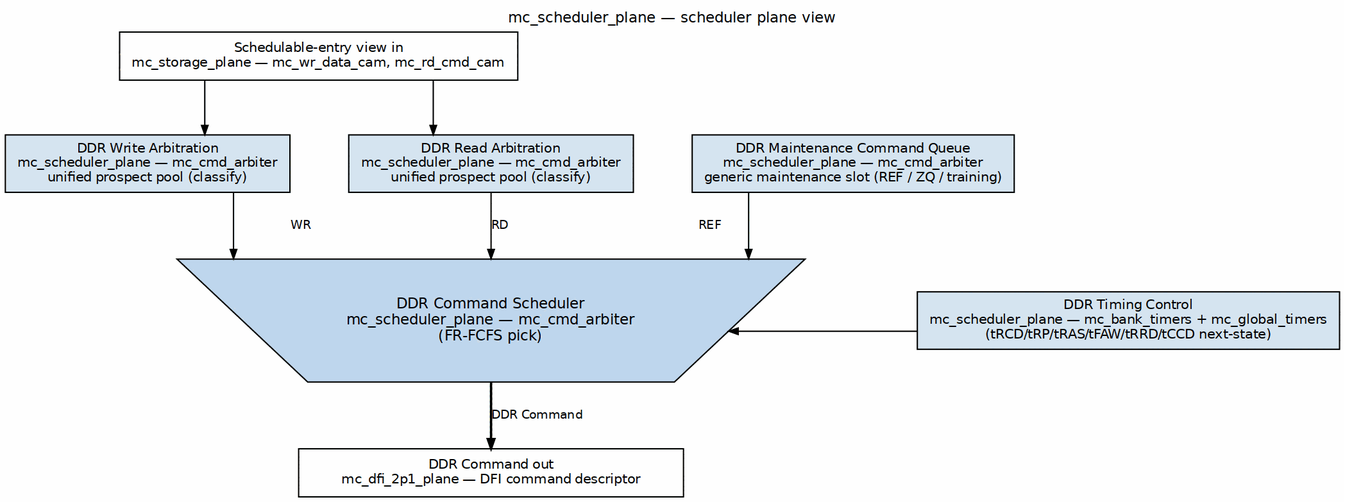
Earlier version of the Graphviz export projects/components/mem-ctrl-ip/common-ip/docs/common_mas/assets/graphviz/03_mc_scheduler_plane.png (sean-galloway/RTLDesignSherpa). Its source is kept beside it as projects/components/mem-ctrl-ip/common-ip/docs/common_mas/assets/graphviz/03_mc_scheduler_plane.dot.
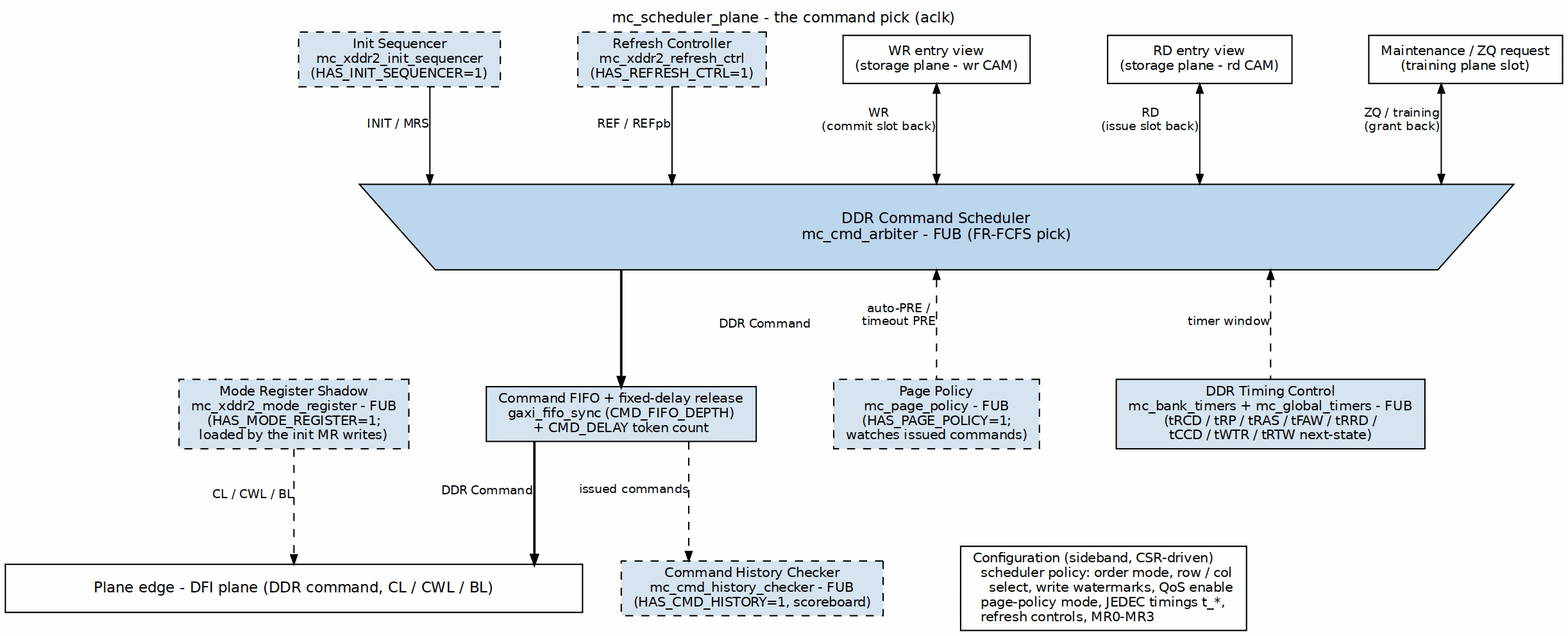
After the change.

Change to the diagram source:
```diff
@@ -1,38 +1,51 @@
 digraph mc_scheduler_plane {
     graph [rankdir=TB, bgcolor="white", fontname="Helvetica", fontsize=11,
-           nodesep="0.30", ranksep="0.55", splines=ortho,
-           label="mc_scheduler_plane — scheduler plane view",
+           nodesep="0.40", ranksep="1.0", splines=ortho,
+           label="mc_scheduler_plane - the command pick (aclk)",
            labelloc=t, labeljust=c];
     node  [fontname="Helvetica", fontsize=10, shape=box, style=filled,
-           fillcolor="#D6E4F0", color="black", margin="0.12,0.07"];
+           fillcolor="#D6E4F0", color="black", margin="0.12,0.06"];
     edge  [fontname="Helvetica", fontsize=9, color="black", arrowsize=0.7];
 
-    sch_in [label="Schedulable-entry view in\nmc_storage_plane — mc_wr_data_cam, mc_rd_cmd_cam",
-            fillcolor="white"];
+    p_wr    [label="WR entry view\n(storage plane - wr CAM)", fillcolor="white"];
+    p_rd    [label="RD entry view\n(storage plane - rd CAM)", fillcolor="white"];
+    p_maint [label="Maintenance / ZQ request\n(training plane slot)", fillcolor="white"];
+    cfg     [label="Configuration (sideband, CSR-driven)\l  scheduler policy: order mode, row / col\l    select, write watermarks, QoS enable\l  page-policy mode, JEDEC timings t_*,\l  refresh controls, MR0-MR3\l",
+             fillcolor="white"];
 
-    wr_arb [label="DDR Write Arbitration\nmc_scheduler_plane — mc_cmd_arbiter\nunified prospect pool (classify)"];
-    rd_arb [label="DDR Read Arbitration\nmc_scheduler_plane — mc_cmd_arbiter\nunified prospect pool (classify)"];
-    maint  [label="DDR Maintenance Command Queue\nmc_scheduler_plane — mc_cmd_arbiter\ngeneric maintenance slot (REF / ZQ / training)"];
-    sched  [label="DDR Command Scheduler\nmc_scheduler_plane — mc_cmd_arbiter\n(FR-FCFS pick)",
-            shape=invtrapezium, width=4.6, fillcolor="#BFD7EE", fontsize=11];
-    tctl   [label="DDR Timing Control\nmc_scheduler_plane — mc_bank_timers + mc_global_timers\n(tRCD/tRP/tRAS/tFAW/tRRD/tCCD next-state)"];
+    init [label="Init Sequencer\nmc_xddr2_init_sequencer\n(HAS_INIT_SEQUENCER=1)", style="filled,dashed"];
+    refc [label="Refresh Controller\nmc_xddr2_refresh_ctrl\n(HAS_REFRESH_CTRL=1)", style="filled,dashed"];
+    timers [label="DDR Timing Control\nmc_bank_timers + mc_global_timers - FUB\n(tRCD / tRP / tRAS / tFAW / tRRD /\ntCCD / tWTR / tRTW next-state)"];
 
-    cmd_out [label="DDR Command out\nmc_dfi_2p1_plane — DFI command descriptor",
-             fillcolor="white", width=4.0];
+    sched [label="DDR Command Scheduler\nmc_cmd_arbiter - FUB (FR-FCFS pick)",
+           shape=polygon, sides=4, distortion=0.10, width=12, height=0.6, fillcolor="#BDD7EE", fontsize=11];
 
-    sch_in -> wr_arb;
-    sch_in -> rd_arb;
-    wr_arb -> sched [label="WR"];
-    rd_arb -> sched [label="RD"];
-    maint  -> sched [label="REF"];
-    tctl   -> sched [label="timer window"];
-    sched  -> cmd_out [label="DDR Command", penwidth=1.8];
+    mreg [label="Mode Register Shadow\nmc_xddr2_mode_register - FUB\n(HAS_MODE_REGISTER=1;\nloaded by the init MR writes)", style="filled,dashed"];
+    fifo [label="Command FIFO + fixed-delay release\ngaxi_fifo_sync (CMD_FIFO_DEPTH)\n+ CMD_DELAY token count"];
+    pp   [label="Page Policy\nmc_page_policy - FUB\n(HAS_PAGE_POLICY=1;\nwatches issued commands)", style="filled,dashed"];
+    hist [label="Command History Checker\nmc_cmd_history_checker - FUB\n(HAS_CMD_HISTORY=1, scoreboard)", style="filled,dashed"];
 
-    { rank=same; sch_in; }
-    { rank=same; wr_arb; rd_arb; maint; }
-    wr_arb -> rd_arb [style=invis];
-    rd_arb -> maint  [style=invis];
-    { rank=same; sched; tctl; }
-    sched -> tctl [style=invis];
-    { rank=same; cmd_out; }
+    bar [label="Plane edge - DFI plane (DDR command, CL / CWL / BL)",
+         fillcolor="white", width=6, height=0.5, fontsize=11];
+
+    p_wr    -> sched [dir=both, xlabel="WR\n(commit slot back)"];
+    p_rd    -> sched [dir=both, xlabel="RD\n(issue slot back)"];
+    init    -> sched [xlabel="INIT / MRS"];
+    refc    -> sched [xlabel="REF / REFpb"];
+    p_maint -> sched [dir=both, xlabel="ZQ / training\n(grant back)"];
+    sched -> timers [dir=back, style=dashed, xlabel="timer window"];
+
+    sched -> fifo [penwidth=1.8, label="DDR Command"];
+    fifo  -> bar  [penwidth=1.8, xlabel="DDR Command"];
+    sched -> pp   [dir=back, style=dashed, xlabel="auto-PRE /\ntimeout PRE"];
+    fifo  -> hist [style=dashed, xlabel="issued commands"];
+
+    mreg -> bar  [style=dashed, xlabel="CL / CWL / BL"];
+
+    { rank=same; init; refc; p_wr; p_rd; p_maint; }
+    { rank=same; mreg; fifo; pp; timers; }
+    { rank=same; hist; cfg; }
+    init -> refc -> p_wr -> p_rd -> p_maint [style=invis];
+    mreg -> fifo -> pp -> timers [style=invis];
+    hist -> cfg [style=invis];
 }
```
